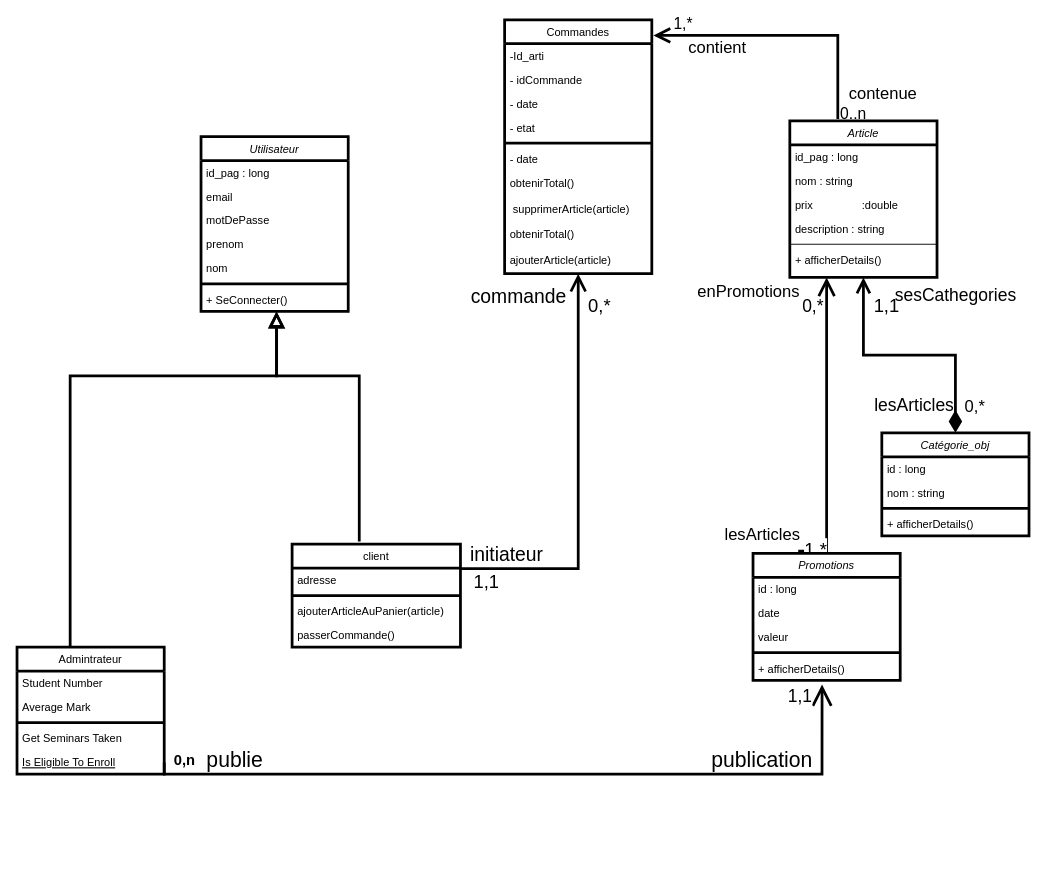
Earlier version of the draw.io diagram res/Classe Diagram.drawio (Meshavegas/Fadhyl-Store). Source tidied: cells renumbered, new cells numbered last; positions are measured from the earlier drawing's top-left corner, leaving out a move shared by most shapes. Both pictures are drawn from the tidied source at 92%, with x=0, y=0 at pixel (17, -89).
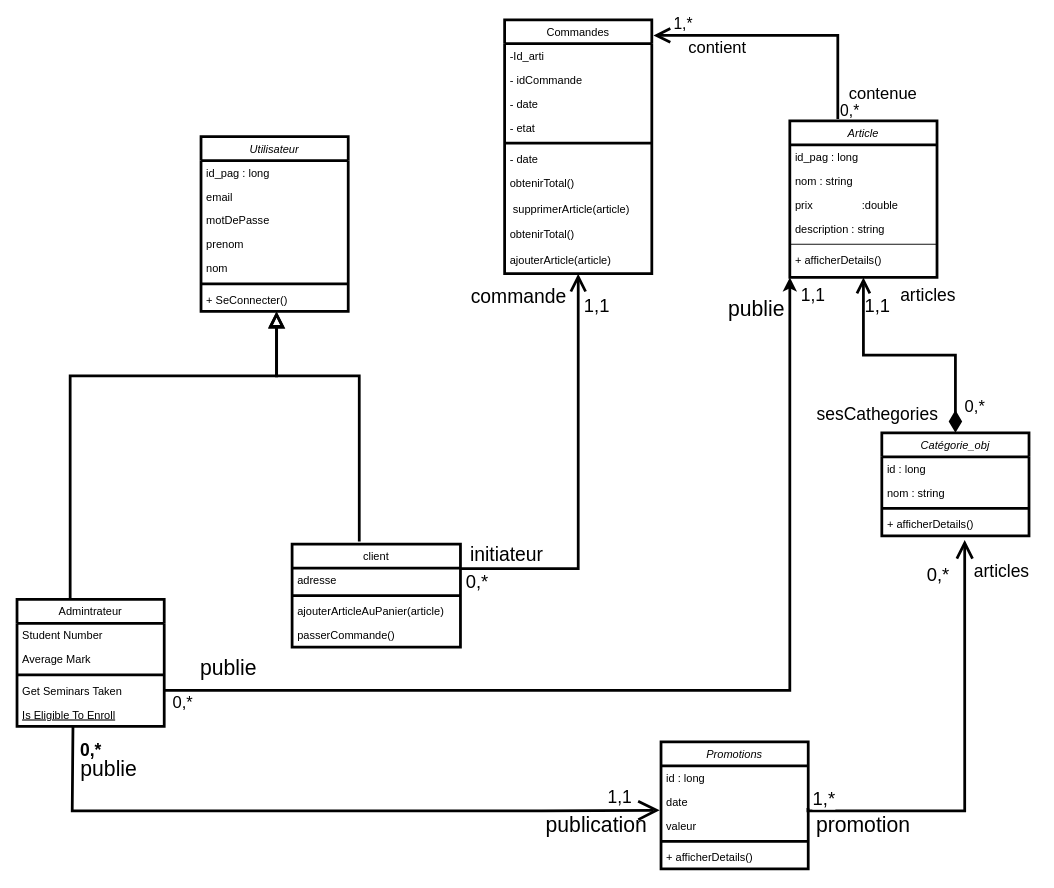
The same page after the edit.

The change refers to these unchanged cells:
```xml
<mxCell id="5" value="Article" style="swimlane;fontStyle=2;align=center;verticalAlign=top;horizontal=1;startSize=26;rounded=0;shadow=0;strokeWidth=3;" parent="1" vertex="1">
  <mxGeometry x="840" y="228" width="160" height="170" as="geometry" />
</mxCell>
<mxCell id="16" value="Get Seminars Taken" style="text;align=left;verticalAlign=top;spacingLeft=4;spacingRight=4;overflow=hidden;points=[[0,0.5],[1,0.5]];portConstraint=eastwest;" parent="12" vertex="1">
  <mxGeometry y="86" width="160" height="26" as="geometry" />
</mxCell>
<mxCell id="17" value="Is Eligible To Enroll" style="text;align=left;verticalAlign=top;spacingLeft=4;spacingRight=4;overflow=hidden;points=[[0,0.5],[1,0.5]];portConstraint=eastwest;fontStyle=4;" parent="12" vertex="1">
  <mxGeometry y="112" width="160" height="26" as="geometry" />
</mxCell>
<mxCell id="25" style="endArrow=open;shadow=0;strokeWidth=3;rounded=0;endFill=1;edgeStyle=elbowEdgeStyle;elbow=vertical;entryX=1.011;entryY=0.062;entryDx=0;entryDy=0;entryPerimeter=0;exitX=0.326;exitY=-0.012;exitDx=0;exitDy=0;exitPerimeter=0;endSize=12;" parent="1" edge="1" source="5" target="30">
  <mxGeometry x="0.5" y="41" relative="1" as="geometry">
    <Array as="points">
      <mxPoint x="942.1" y="135" />
      <mxPoint x="642.1" y="45" />
      <mxPoint x="882.1" />
    </Array>
    <mxPoint x="-40" y="32" as="offset" />
  </mxGeometry>
</mxCell>
<mxCell id="49" style="edgeStyle=orthogonalEdgeStyle;rounded=0;jettySize=auto;html=1;exitX=1.002;exitY=0.027;exitDx=0;exitDy=0;exitPerimeter=0;strokeWidth=3;endSize=13;endArrow=open;endFill=0;" parent="1" edge="1" source="20" target="30">
  <mxGeometry relative="1" as="geometry">
    <Array as="points">
      <mxPoint x="610" y="715" />
    </Array>
  </mxGeometry>
</mxCell>
<mxCell id="58" value="+ afficherDetails()" style="text;align=left;verticalAlign=top;spacingLeft=4;spacingRight=4;overflow=hidden;points=[[0,0.5],[1,0.5]];portConstraint=eastwest;strokeWidth=3;" parent="54" vertex="1">
  <mxGeometry y="86" width="160" height="26" as="geometry" />
</mxCell>
<mxCell id="63" value="date" style="text;align=left;verticalAlign=top;spacingLeft=4;spacingRight=4;overflow=hidden;points=[[0,0.5],[1,0.5]];portConstraint=eastwest;" parent="61" vertex="1">
  <mxGeometry y="52" width="160" height="26" as="geometry" />
</mxCell>
<mxCell id="64" value="valeur" style="text;align=left;verticalAlign=top;spacingLeft=4;spacingRight=4;overflow=hidden;points=[[0,0.5],[1,0.5]];portConstraint=eastwest;" parent="61" vertex="1">
  <mxGeometry y="78" width="160" height="26" as="geometry" />
</mxCell>
<mxCell id="66" value="+ afficherDetails()" style="text;align=left;verticalAlign=top;spacingLeft=4;spacingRight=4;overflow=hidden;points=[[0,0.5],[1,0.5]];portConstraint=eastwest;" parent="61" vertex="1">
  <mxGeometry y="112" width="160" height="26" as="geometry" />
</mxCell>
```

What changed in the source:
```diff
@@
-    <mxCell id="2" style="edgeStyle=orthogonalEdgeStyle;rounded=0;jettySize=auto;html=1;exitX=0.25;exitY=1;exitDx=0;exitDy=0;entryX=0.307;entryY=-0.018;entryDx=0;entryDy=0;entryPerimeter=0;startArrow=open;startFill=0;endArrow=none;endFill=0;strokeWidth=3;endSize=14;sourcePerimeterSpacing=14;targetPerimeterSpacing=13;startSize=14;" parent="1" edge="1" source="5" target="61">
+    <mxCell id="2" style="edgeStyle=orthogonalEdgeStyle;rounded=0;jettySize=auto;html=1;exitX=0.563;exitY=1.169;exitDx=0;exitDy=0;entryX=0.998;entryY=0.758;entryDx=0;entryDy=0;entryPerimeter=0;startArrow=open;startFill=0;endArrow=none;endFill=0;strokeWidth=3;endSize=14;sourcePerimeterSpacing=14;targetPerimeterSpacing=13;startSize=14;exitPerimeter=0;" parent="1" edge="1" source="58" target="63">
       <mxGeometry relative="1" as="geometry">
         <Array as="points">
-          <mxPoint x="880" y="696" />
+          <mxPoint x="1030" y="978" />
+          <mxPoint x="860" y="978" />
         </Array>
       </mxGeometry>
     </mxCell>
-    <mxCell id="3" value="&lt;font style=&quot;font-size: 19px;&quot;&gt;0,*&lt;/font&gt;" style="edgeLabel;html=1;align=center;verticalAlign=middle;labelBackgroundColor=none;" parent="2" vertex="1">
+    <mxCell id="3" value="&lt;font style=&quot;font-size: 20px;&quot;&gt;0,*&lt;/font&gt;" style="edgeLabel;html=1;align=center;verticalAlign=middle;labelBackgroundColor=none;" parent="2" vertex="1">
       <mxGeometry x="-0.86" y="1" relative="1" as="geometry">
-        <mxPoint x="-17" y="8" as="offset" />
+        <mxPoint x="-31" y="4" as="offset" />
       </mxGeometry>
     </mxCell>
     <mxCell id="4" value="&lt;span style=&quot;font-size: 20px;&quot;&gt;1,*&lt;/span&gt;" style="edgeLabel;html=1;align=center;verticalAlign=middle;" parent="2" vertex="1">
       <mxGeometry x="0.97" y="2" relative="1" as="geometry">
-        <mxPoint x="13" y="-5" as="offset" />
+        <mxPoint x="13" y="-17" as="offset" />
       </mxGeometry>
     </mxCell>
@@
     <mxCell id="12" value="Admintrateur" style="swimlane;fontStyle=0;align=center;verticalAlign=top;horizontal=1;startSize=26;rounded=0;shadow=0;strokeWidth=3;" parent="1" vertex="1">
-      <mxGeometry y="800" width="160" height="138" as="geometry" />
+      <mxGeometry y="748" width="160" height="138" as="geometry" />
     </mxCell>
@@
-    <mxCell id="26" value="0..n" style="align=left;verticalAlign=bottom;labelBackgroundColor=none;fontSize=17;" parent="25" vertex="1">
+    <mxCell id="26" value="0,*" style="align=left;verticalAlign=bottom;labelBackgroundColor=none;fontSize=17;" parent="25" vertex="1">
       <mxGeometry x="-1" relative="1" as="geometry">
-        <mxPoint x="1" y="4" as="offset" />
+        <mxPoint x="1" y="1" as="offset" />
       </mxGeometry>
     </mxCell>
@@
     <mxCell id="50" value="&lt;font style=&quot;font-size: 20px;&quot;&gt;1,1&lt;/font&gt;" style="edgeLabel;html=1;align=center;verticalAlign=middle;labelBackgroundColor=none;" parent="49" vertex="1">
       <mxGeometry x="-0.89" y="-1" relative="1" as="geometry">
-        <mxPoint x="2" y="12" as="offset" />
+        <mxPoint x="122" y="-288" as="offset" />
       </mxGeometry>
     </mxCell>
     <mxCell id="51" value="&lt;font style=&quot;font-size: 20px;&quot;&gt;0,*&lt;br&gt;&lt;/font&gt;" style="edgeLabel;html=1;align=center;verticalAlign=middle;" parent="49" vertex="1">
       <mxGeometry x="-0.89" y="-1" relative="1" as="geometry">
-        <mxPoint x="125" y="-288" as="offset" />
+        <mxPoint x="-8" y="12" as="offset" />
       </mxGeometry>
     </mxCell>
@@
     <mxCell id="59" value="sesCathegories" style="text;html=1;align=center;verticalAlign=middle;strokeColor=none;fillColor=none;fontSize=19;" parent="1" vertex="1">
-      <mxGeometry x="940" y="398" width="160" height="40" as="geometry" />
+      <mxGeometry x="855" y="527" width="160" height="40" as="geometry" />
     </mxCell>
     <mxCell id="60" value="&lt;font style=&quot;font-size: 20px;&quot;&gt;1,1&lt;/font&gt;" style="text;html=1;align=center;verticalAlign=middle;strokeColor=none;fillColor=none;" parent="1" vertex="1">
-      <mxGeometry x="920" y="408" width="50" height="40" as="geometry" />
+      <mxGeometry x="910" y="408" width="50" height="40" as="geometry" />
     </mxCell>
     <mxCell id="61" value="Promotions" style="swimlane;fontStyle=2;align=center;verticalAlign=top;horizontal=1;startSize=26;rounded=0;shadow=0;strokeWidth=3;" parent="1" vertex="1">
-      <mxGeometry x="800" y="698" width="160" height="138" as="geometry" />
+      <mxGeometry x="700" y="903" width="160" height="138" as="geometry" />
     </mxCell>
@@
-    <mxCell id="67" value="enPromotions" style="text;html=1;align=center;verticalAlign=middle;strokeColor=none;fillColor=none;fontSize=18;" parent="1" vertex="1">
-      <mxGeometry x="730" y="394" width="130" height="40" as="geometry" />
-    </mxCell>
-    <mxCell id="68" style="edgeStyle=orthogonalEdgeStyle;rounded=0;jettySize=auto;html=1;exitX=1;exitY=0.5;exitDx=0;exitDy=0;entryX=0.469;entryY=1.173;entryDx=0;entryDy=0;entryPerimeter=0;strokeWidth=3;endArrow=open;endFill=0;endSize=17;" parent="1" edge="1" source="17" target="66">
+    <mxCell id="68" style="edgeStyle=orthogonalEdgeStyle;rounded=0;jettySize=auto;html=1;entryX=-0.009;entryY=-0.143;entryDx=0;entryDy=0;entryPerimeter=0;strokeWidth=3;endArrow=open;endFill=0;endSize=17;exitX=0.38;exitY=0.979;exitDx=0;exitDy=0;exitPerimeter=0;" parent="1" edge="1" source="17" target="64">
       <mxGeometry relative="1" as="geometry">
         <Array as="points">
-          <mxPoint x="160" y="938" />
-          <mxPoint x="875" y="938" />
+          <mxPoint x="61" y="888" />
+          <mxPoint x="60" y="888" />
+          <mxPoint x="60" y="978" />
+          <mxPoint x="570" y="978" />
         </Array>
       </mxGeometry>
     </mxCell>
-    <mxCell id="69" value="&lt;span style=&quot;font-size: 19px;&quot;&gt;1,1&lt;/span&gt;" style="edgeLabel;html=1;align=center;verticalAlign=middle;" parent="68" vertex="1">
+    <mxCell id="69" value="&lt;span style=&quot;font-size: 19px;&quot;&gt;1,1&lt;/span&gt;" style="edgeLabel;html=1;align=center;verticalAlign=middle;labelBackgroundColor=none;" parent="68" vertex="1">
       <mxGeometry x="0.95" y="-1" relative="1" as="geometry">
-        <mxPoint x="-26" y="-8" as="offset" />
+        <mxPoint x="-26" y="-15" as="offset" />
       </mxGeometry>
     </mxCell>
     <mxCell id="70" value="publie" style="text;html=1;strokeColor=none;fillColor=none;align=center;verticalAlign=middle;whiteSpace=wrap;rounded=0;fontSize=23;" parent="1" vertex="1">
-      <mxGeometry x="207" y="908" width="60" height="30" as="geometry" />
+      <mxGeometry x="70" y="918" width="60" height="30" as="geometry" />
     </mxCell>
-    <mxCell id="71" value="&lt;font style=&quot;font-size: 16px;&quot;&gt;&lt;b&gt;0,n&lt;/b&gt;&lt;/font&gt;" style="text;html=1;align=center;verticalAlign=middle;strokeColor=none;fillColor=none;" parent="1" vertex="1">
-      <mxGeometry x="157" y="908" width="50" height="30" as="geometry" />
+    <mxCell id="71" value="&lt;font size=&quot;1&quot; style=&quot;&quot;&gt;&lt;b style=&quot;font-size: 19px;&quot;&gt;0,*&lt;/b&gt;&lt;/font&gt;" style="text;html=1;align=center;verticalAlign=middle;strokeColor=none;fillColor=none;" parent="1" vertex="1">
+      <mxGeometry x="55" y="893" width="50" height="40" as="geometry" />
     </mxCell>
@@
-    <mxCell id="73" value="publication" style="text;html=1;strokeColor=none;fillColor=none;align=center;verticalAlign=middle;whiteSpace=wrap;rounded=0;fontSize=23;" parent="1" vertex="1">
-      <mxGeometry x="780" y="908" width="60" height="30" as="geometry" />
+    <mxCell id="73" value="promotion" style="text;html=1;strokeColor=none;fillColor=none;align=center;verticalAlign=middle;whiteSpace=wrap;rounded=0;fontSize=23;" parent="1" vertex="1">
+      <mxGeometry x="890" y="978" width="60" height="30" as="geometry" />
     </mxCell>
@@
-    <mxCell id="75" value="lesArticles" style="text;html=1;align=center;verticalAlign=middle;strokeColor=none;fillColor=none;fontSize=19;" parent="1" vertex="1">
-      <mxGeometry x="920" y="518" width="110" height="40" as="geometry" />
+    <mxCell id="75" value="articles" style="text;html=1;align=center;verticalAlign=middle;strokeColor=none;fillColor=none;fontSize=19;" parent="1" vertex="1">
+      <mxGeometry x="950" y="398" width="80" height="40" as="geometry" />
     </mxCell>
-    <mxCell id="76" value="lesArticles" style="text;html=1;align=center;verticalAlign=middle;strokeColor=none;fillColor=none;fontSize=18;" parent="1" vertex="1">
-      <mxGeometry x="755" y="658" width="110" height="40" as="geometry" />
-    </mxCell>
+    <mxCell id="77" style="edgeStyle=orthogonalEdgeStyle;rounded=0;jettySize=auto;html=1;exitX=1;exitY=0.5;exitDx=0;exitDy=0;entryX=0;entryY=1;entryDx=0;entryDy=0;strokeWidth=3;" parent="1" edge="1" source="16" target="5">
+      <mxGeometry relative="1" as="geometry">
+        <Array as="points">
+          <mxPoint x="840" y="847" />
+        </Array>
+      </mxGeometry>
+    </mxCell>
+    <mxCell id="78" value="publie" style="text;html=1;strokeColor=none;fillColor=none;align=center;verticalAlign=middle;whiteSpace=wrap;rounded=0;fontSize=23;" parent="1" vertex="1">
+      <mxGeometry x="200" y="808" width="60" height="30" as="geometry" />
+    </mxCell>
+    <mxCell id="79" value="publie" style="text;html=1;strokeColor=none;fillColor=none;align=center;verticalAlign=middle;whiteSpace=wrap;rounded=0;fontSize=23;" parent="1" vertex="1">
+      <mxGeometry x="774" y="418" width="60" height="30" as="geometry" />
+    </mxCell>
+    <mxCell id="80" value="&lt;font style=&quot;font-size: 19px;&quot;&gt;1,1&lt;/font&gt;" style="text;html=1;align=center;verticalAlign=middle;strokeColor=none;fillColor=none;" parent="1" vertex="1">
+      <mxGeometry x="840" y="398" width="50" height="40" as="geometry" />
+    </mxCell>
+    <mxCell id="81" value="&lt;font style=&quot;font-size: 18px;&quot;&gt;0,*&lt;/font&gt;" style="text;html=1;align=center;verticalAlign=middle;strokeColor=none;fillColor=none;" parent="1" vertex="1">
+      <mxGeometry x="155" y="841" width="50" height="40" as="geometry" />
+    </mxCell>
+    <mxCell id="82" value="publication" style="text;html=1;strokeColor=none;fillColor=none;align=center;verticalAlign=middle;whiteSpace=wrap;rounded=0;fontSize=23;" parent="1" vertex="1">
+      <mxGeometry x="600" y="978" width="60" height="30" as="geometry" />
+    </mxCell>
+    <mxCell id="83" value="articles" style="text;html=1;align=center;verticalAlign=middle;strokeColor=none;fillColor=none;fontSize=19;" parent="1" vertex="1">
+      <mxGeometry x="1030" y="698" width="80" height="40" as="geometry" />
+    </mxCell>
```
